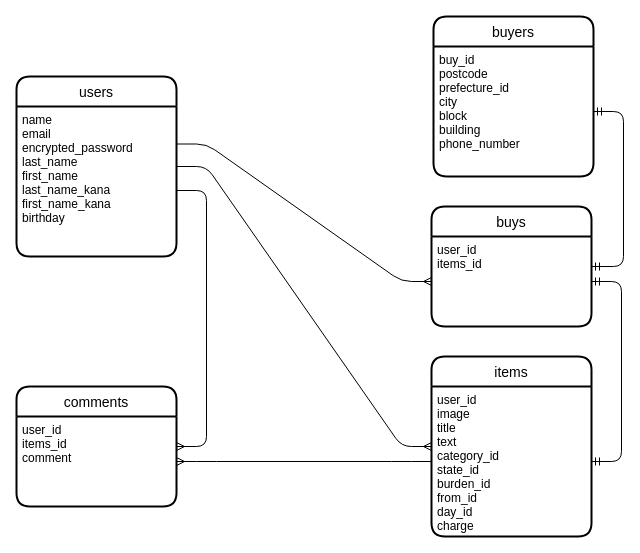
Before: furima.dio in Tsukasa311/furima-33488, a draw.io diagram. Source tidied: cells renumbered, new cells numbered last; positions are measured from the earlier drawing's top-left corner, leaving out a move shared by most shapes. Both pictures are drawn from the tidied source at 100%, with x=0, y=0 at pixel (16, 16).
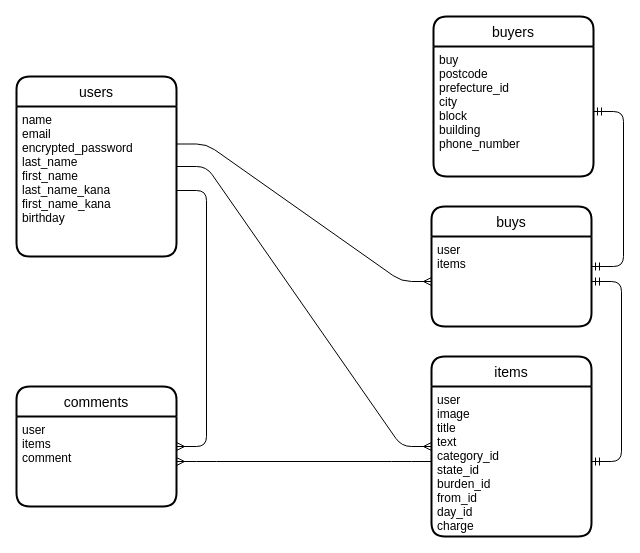
After the change.

Commit message (it also covers changes not shown here):
ER図、README修正

What changed in the source:
```diff
@@
 <mxGraphModel>
   <root>
     <mxCell id="0" />
     <mxCell id="1" parent="0" />
     <mxCell id="2" value="items" style="swimlane;horizontal=1;startSize=30;rounded=1;fontSize=14;fontStyle=0;strokeWidth=2;shadow=0;dashed=0;align=center;" parent="1" vertex="1">
       <mxGeometry x="415" y="340" width="160" height="180" as="geometry" />
     </mxCell>
-    <mxCell id="3" value="user_id&#10;image&#10;title&#10;text&#10;category_id&#10;state_id&#10;burden_id&#10;from_id&#10;day_id&#10;charge" style="align=left;strokeColor=none;fillColor=none;spacingLeft=4;fontSize=12;verticalAlign=top;" parent="2" vertex="1">
+    <mxCell id="3" value="user&#10;image&#10;title&#10;text&#10;category_id&#10;state_id&#10;burden_id&#10;from_id&#10;day_id&#10;charge" style="align=left;strokeColor=none;fillColor=none;spacingLeft=4;fontSize=12;verticalAlign=top;" parent="2" vertex="1">
       <mxGeometry y="30" width="160" height="150" as="geometry" />
     </mxCell>
     <mxCell id="4" value="comments" style="swimlane;horizontal=1;startSize=30;rounded=1;fontSize=14;fontStyle=0;strokeWidth=2;shadow=0;dashed=0;align=center;" parent="1" vertex="1">
       <mxGeometry y="370" width="160" height="120" as="geometry" />
     </mxCell>
-    <mxCell id="5" value="user_id&#10;items_id&#10;comment" style="align=left;strokeColor=none;fillColor=none;spacingLeft=4;fontSize=12;verticalAlign=top;" parent="4" vertex="1">
+    <mxCell id="5" value="user&#10;items&#10;comment" style="align=left;strokeColor=none;fillColor=none;spacingLeft=4;fontSize=12;verticalAlign=top;" parent="4" vertex="1">
       <mxGeometry y="30" width="160" height="90" as="geometry" />
     </mxCell>
     <mxCell id="6" value="buyers" style="swimlane;horizontal=1;startSize=30;rounded=1;fontSize=14;fontStyle=0;strokeWidth=2;shadow=0;dashed=0;align=center;" parent="1" vertex="1">
       <mxGeometry x="417" width="160" height="160" as="geometry" />
     </mxCell>
-    <mxCell id="7" value="buy_id&#10;postcode&#10;prefecture_id&#10;city&#10;block&#10;building&#10;phone_number" style="align=left;strokeColor=none;fillColor=none;spacingLeft=4;fontSize=12;verticalAlign=top;" parent="6" vertex="1">
+    <mxCell id="7" value="buy&#10;postcode&#10;prefecture_id&#10;city&#10;block&#10;building&#10;phone_number" style="align=left;strokeColor=none;fillColor=none;spacingLeft=4;fontSize=12;verticalAlign=top;" parent="6" vertex="1">
       <mxGeometry y="30" width="160" height="130" as="geometry" />
     </mxCell>
     <mxCell id="8" value="users" style="swimlane;horizontal=1;startSize=30;rounded=1;fontSize=14;fontStyle=0;strokeWidth=2;shadow=0;dashed=0;align=center;" parent="1" vertex="1">
       <mxGeometry y="60" width="160" height="180" as="geometry" />
     </mxCell>
     <mxCell id="9" value="name&#10;email&#10;encrypted_password&#10;last_name&#10;first_name&#10;last_name_kana&#10;first_name_kana&#10;birthday" style="align=left;strokeColor=none;fillColor=none;spacingLeft=4;fontSize=12;verticalAlign=top;" parent="8" vertex="1">
       <mxGeometry y="30" width="160" height="150" as="geometry" />
     </mxCell>
     <mxCell id="10" value="buys" style="swimlane;horizontal=1;startSize=30;rounded=1;fontSize=14;fontStyle=0;strokeWidth=2;shadow=0;dashed=0;align=center;" parent="1" vertex="1">
       <mxGeometry x="415" y="190" width="160" height="120" as="geometry" />
     </mxCell>
-    <mxCell id="11" value="user_id&#10;items_id" style="align=left;strokeColor=none;fillColor=none;spacingLeft=4;fontSize=12;verticalAlign=top;" parent="10" vertex="1">
+    <mxCell id="11" value="user&#10;items" style="align=left;strokeColor=none;fillColor=none;spacingLeft=4;fontSize=12;verticalAlign=top;" parent="10" vertex="1">
       <mxGeometry y="30" width="160" height="90" as="geometry" />
     </mxCell>
     <mxCell id="12" style="edgeStyle=entityRelationEdgeStyle;fontSize=12;html=1;endArrow=ERmany;" parent="1" edge="1" source="8" target="2">
       <mxGeometry relative="1" as="geometry" />
     </mxCell>
     <mxCell id="13" style="edgeStyle=entityRelationEdgeStyle;fontSize=12;html=1;endArrow=ERmany;exitX=1;exitY=0.56;exitDx=0;exitDy=0;exitPerimeter=0;" parent="1" edge="1" source="9" target="4">
       <mxGeometry relative="1" as="geometry" />
     </mxCell>
     <mxCell id="14" style="edgeStyle=entityRelationEdgeStyle;fontSize=12;html=1;endArrow=ERmany;exitX=0;exitY=0.5;exitDx=0;exitDy=0;" parent="1" edge="1" source="3" target="5">
       <mxGeometry relative="1" as="geometry" />
     </mxCell>
     <mxCell id="15" style="edgeStyle=entityRelationEdgeStyle;fontSize=12;html=1;endArrow=ERmany;exitX=1;exitY=0.25;exitDx=0;exitDy=0;" parent="1" edge="1" source="9" target="11">
       <mxGeometry relative="1" as="geometry" />
     </mxCell>
     <mxCell id="16" style="edgeStyle=entityRelationEdgeStyle;fontSize=12;html=1;endArrow=ERmandOne;startArrow=ERmandOne;" parent="1" edge="1" source="10" target="7">
       <mxGeometry relative="1" as="geometry" />
     </mxCell>
     <mxCell id="17" style="edgeStyle=entityRelationEdgeStyle;fontSize=12;html=1;endArrow=ERmandOne;startArrow=ERmandOne;" parent="1" edge="1" source="11" target="3">
       <mxGeometry relative="1" as="geometry" />
     </mxCell>
   </root>
 </mxGraphModel>
```
